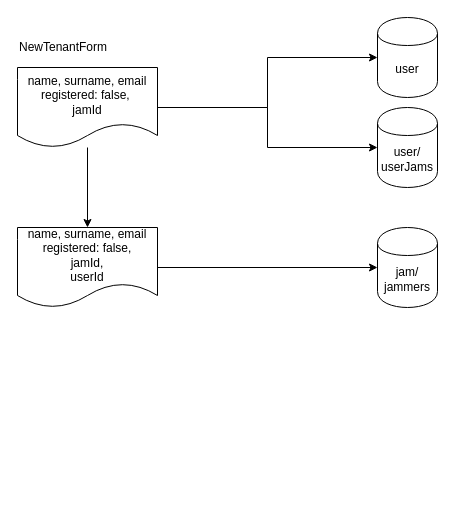
Earlier version of the draw.io diagram page "New Tenant" (2 of 3) of public/data-store.drawio (AriCima/jams). Source tidied: cells renumbered, new cells numbered last; positions are measured from the earlier drawing's top-left corner, leaving out a move shared by most shapes. Both pictures are drawn from the tidied source at 100%, with x=0, y=0 at pixel (17, 17).
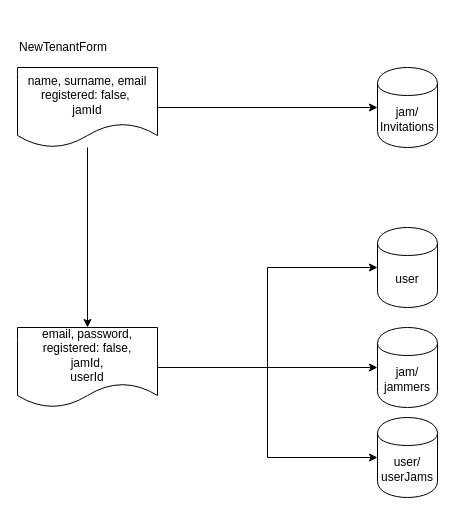
Above is the later version.

The edit, as a diff of the source:
```diff
@@
 <mxGraphModel>
   <root>
     <mxCell id="0" />
     <mxCell id="1" parent="0" />
-    <mxCell id="2" style="edgeStyle=orthogonalEdgeStyle;rounded=0;jettySize=auto;html=1;" parent="1" edge="1" source="5" target="8">
-      <mxGeometry relative="1" as="geometry" />
-    </mxCell>
     <mxCell id="3" style="edgeStyle=orthogonalEdgeStyle;rounded=0;jettySize=auto;html=1;entryX=0;entryY=0.5;entryDx=0;entryDy=0;" parent="1" edge="1" source="5" target="7">
       <mxGeometry relative="1" as="geometry" />
     </mxCell>
     <mxCell id="4" style="edgeStyle=orthogonalEdgeStyle;rounded=0;jettySize=auto;html=1;entryX=0.5;entryY=0;entryDx=0;entryDy=0;" parent="1" edge="1" source="5" target="10">
       <mxGeometry relative="1" as="geometry" />
     </mxCell>
     <mxCell id="5" value="name, surname, email registered: false,&amp;nbsp;&lt;br&gt;jamId" style="shape=document;whiteSpace=wrap;html=1;boundedLbl=1;" parent="1" vertex="1">
       <mxGeometry y="50" width="140" height="80" as="geometry" />
     </mxCell>
     <mxCell id="6" value="jam/&lt;br&gt;jammers" style="shape=cylinder;whiteSpace=wrap;html=1;boundedLbl=1;backgroundOutline=1;" parent="1" vertex="1">
-      <mxGeometry x="360" y="210" width="60" height="80" as="geometry" />
+      <mxGeometry x="360" y="310" width="60" height="80" as="geometry" />
     </mxCell>
-    <mxCell id="7" value="user/&lt;br&gt;userJams" style="shape=cylinder;whiteSpace=wrap;html=1;boundedLbl=1;backgroundOutline=1;" parent="1" vertex="1">
-      <mxGeometry x="360" y="90" width="60" height="80" as="geometry" />
+    <mxCell id="7" value="jam/&lt;br&gt;Invitations" style="shape=cylinder;whiteSpace=wrap;html=1;boundedLbl=1;backgroundOutline=1;" parent="1" vertex="1">
+      <mxGeometry x="360" y="50" width="60" height="80" as="geometry" />
     </mxCell>
-    <mxCell id="8" value="user" style="shape=cylinder;whiteSpace=wrap;html=1;boundedLbl=1;backgroundOutline=1;" parent="1" vertex="1">
-      <mxGeometry x="360" width="60" height="80" as="geometry" />
-    </mxCell>
     <mxCell id="9" style="edgeStyle=orthogonalEdgeStyle;rounded=0;jettySize=auto;html=1;entryX=0;entryY=0.5;entryDx=0;entryDy=0;" parent="1" edge="1" source="10" target="6">
       <mxGeometry relative="1" as="geometry" />
     </mxCell>
+    <mxCell id="12" style="edgeStyle=orthogonalEdgeStyle;rounded=0;jettySize=auto;html=1;entryX=0;entryY=0.5;entryDx=0;entryDy=0;" parent="1" edge="1" source="10" target="8">
+      <mxGeometry relative="1" as="geometry" />
+    </mxCell>
+    <mxCell id="13" style="edgeStyle=orthogonalEdgeStyle;rounded=0;jettySize=auto;html=1;entryX=0;entryY=0.5;entryDx=0;entryDy=0;" parent="1" edge="1" source="10" target="14">
+      <mxGeometry relative="1" as="geometry" />
+    </mxCell>
-    <mxCell id="10" value="name, surname, email registered: false,&lt;br&gt;jamId,&lt;br&gt;userId" style="shape=document;whiteSpace=wrap;html=1;boundedLbl=1;" parent="1" vertex="1">
-      <mxGeometry y="210" width="140" height="80" as="geometry" />
+    <mxCell id="10" value="email, password, registered: false,&lt;br&gt;jamId,&lt;br&gt;userId" style="shape=document;whiteSpace=wrap;html=1;boundedLbl=1;" parent="1" vertex="1">
+      <mxGeometry y="310" width="140" height="80" as="geometry" />
     </mxCell>
     <mxCell id="11" value="NewTenantForm" style="text;html=1;strokeColor=none;fillColor=none;align=left;verticalAlign=middle;whiteSpace=wrap;rounded=0;" parent="1" vertex="1">
       <mxGeometry y="20" width="110" height="20" as="geometry" />
     </mxCell>
+    <mxCell id="8" value="user" style="shape=cylinder;whiteSpace=wrap;html=1;boundedLbl=1;backgroundOutline=1;" parent="1" vertex="1">
+      <mxGeometry x="360" y="210" width="60" height="80" as="geometry" />
+    </mxCell>
+    <mxCell id="14" value="user/&lt;br&gt;userJams" style="shape=cylinder;whiteSpace=wrap;html=1;boundedLbl=1;backgroundOutline=1;" parent="1" vertex="1">
+      <mxGeometry x="360" y="400" width="60" height="80" as="geometry" />
+    </mxCell>
   </root>
 </mxGraphModel>
```
